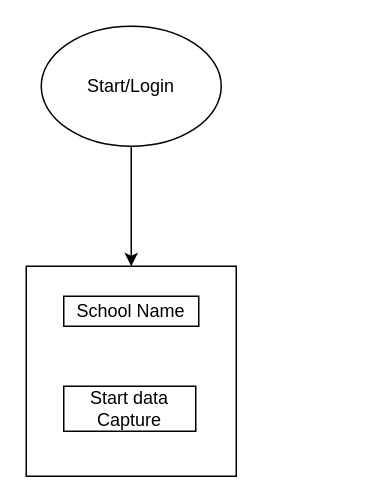
Above: Untitled Diagram.drawio in mawuli-agbenyo-creator/Task-app-React (draw.io), before the change. Source tidied: cells renumbered, new cells numbered last; positions are measured from the earlier drawing's top-left corner, leaving out a move shared by most shapes. Both pictures are drawn from the tidied source at 150%, with x=0, y=0 at pixel (26, 26).
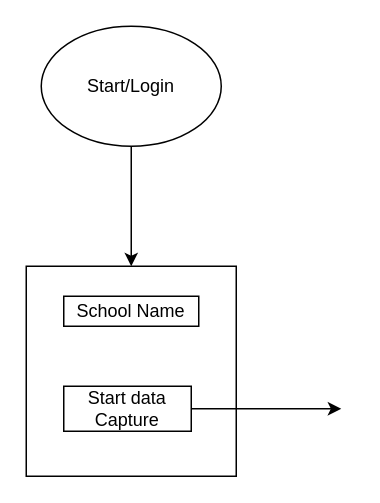
Above is the later version.

Diff of the diagram source:
```diff
@@
 <mxGraphModel>
   <root>
     <mxCell id="0" />
     <mxCell id="1" parent="0" />
     <mxCell id="2" value="Start/Login" style="ellipse;whiteSpace=wrap;html=1;" parent="1" vertex="1">
       <mxGeometry x="10" width="120" height="80" as="geometry" />
     </mxCell>
     <mxCell id="3" style="endArrow=classic;html=1;rounded=0;exitX=0.5;exitY=1;exitDx=0;exitDy=0;" parent="1" edge="1" source="2">
       <mxGeometry relative="1" as="geometry">
         <mxPoint x="70" y="160" as="targetPoint" />
       </mxGeometry>
     </mxCell>
     <mxCell id="4" style="whiteSpace=wrap;html=1;" parent="1" vertex="1">
       <mxGeometry y="160" width="140" height="140" as="geometry" />
     </mxCell>
     <mxCell id="5" value="School Name" style="rounded=0;whiteSpace=wrap;html=1;" parent="1" vertex="1">
       <mxGeometry x="25" y="180" width="90" height="20" as="geometry" />
     </mxCell>
     <mxCell id="6" value="Start data Capture" style="rounded=0;whiteSpace=wrap;html=1;" parent="1" vertex="1">
-      <mxGeometry x="25" y="240" width="88" height="30" as="geometry" />
+      <mxGeometry x="25" y="240" width="85" height="30" as="geometry" />
     </mxCell>
+    <mxCell id="7" style="endArrow=classic;html=1;rounded=0;exitX=1;exitY=0.5;exitDx=0;exitDy=0;" parent="1" edge="1" source="6">
+      <mxGeometry relative="1" as="geometry">
+        <mxPoint x="210" y="255" as="targetPoint" />
+      </mxGeometry>
+    </mxCell>
   </root>
 </mxGraphModel>
```
